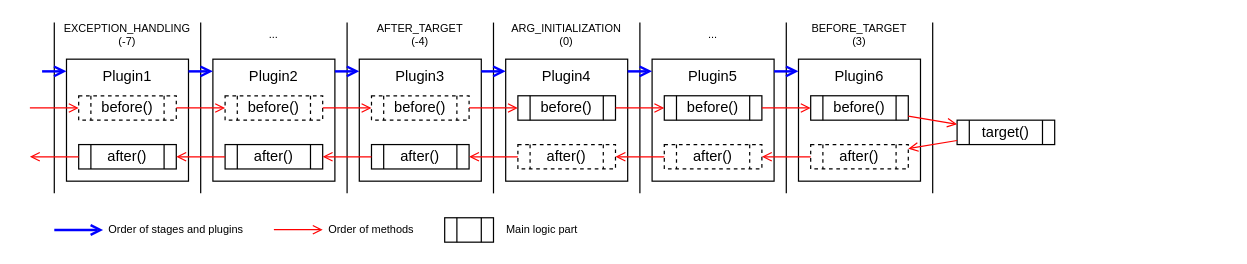
This is page "order-of-plugins" (1 of 2) of docs/source/coframework.drawio from feng1st/coframework, a draw.io file, before an edit. Source tidied: cells renumbered, new cells numbered last; positions are measured from the earlier drawing's top-left corner, leaving out a move shared by most shapes. Both pictures are drawn from the tidied source at 122%, with x=0, y=0 at pixel (29, 22).
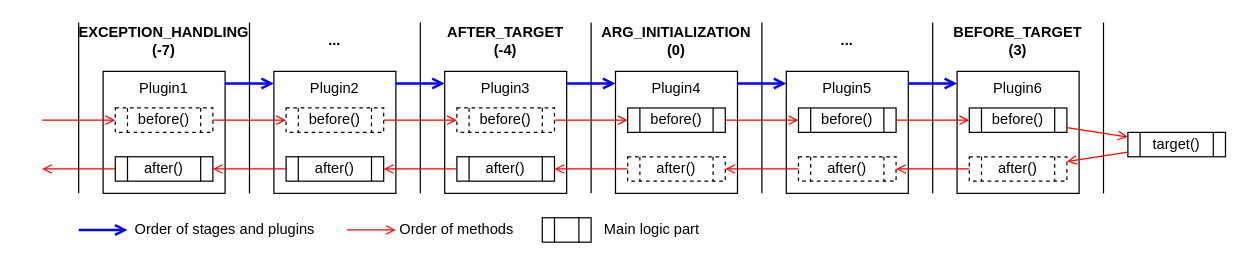
The same page after the edit.

Diff of the diagram source:
```diff
@@
     <mxCell id="2" value="Plugin1" style="rounded=0;whiteSpace=wrap;html=1;verticalAlign=top;" parent="1" vertex="1">
-      <mxGeometry x="30" y="30" width="100" height="100" as="geometry" />
+      <mxGeometry x="60" y="40" width="100" height="100" as="geometry" />
     </mxCell>
     <mxCell id="3" value="before()" style="shape=process;whiteSpace=wrap;html=1;backgroundOutline=1;size=0.125;dashed=1;" parent="1" vertex="1">
-      <mxGeometry x="40" y="60" width="80" height="20" as="geometry" />
+      <mxGeometry x="70" y="70" width="80" height="20" as="geometry" />
     </mxCell>
     <mxCell id="4" value="after()" style="shape=process;whiteSpace=wrap;html=1;backgroundOutline=1;size=0.125;" parent="1" vertex="1">
-      <mxGeometry x="40" y="100" width="80" height="20" as="geometry" />
+      <mxGeometry x="70" y="110" width="80" height="20" as="geometry" />
     </mxCell>
     <mxCell id="5" style="endArrow=none;html=1;rounded=0;" parent="1" edge="1">
       <mxGeometry relative="1" as="geometry">
-        <mxPoint x="20" y="140" as="sourcePoint" />
-        <mxPoint x="20" as="targetPoint" />
+        <mxPoint x="40" y="140" as="sourcePoint" />
+        <mxPoint x="40" as="targetPoint" />
       </mxGeometry>
     </mxCell>
-    <mxCell id="6" value="EXCEPTION_HANDLING&lt;br style=&quot;font-size: 9px;&quot;&gt;(-7)" style="text;html=1;strokeColor=none;fillColor=none;align=center;verticalAlign=middle;whiteSpace=wrap;rounded=0;fontSize=9;" parent="1" vertex="1">
-      <mxGeometry x="20" width="120" height="20" as="geometry" />
+    <mxCell id="6" value="EXCEPTION_HANDLING&lt;br style=&quot;font-size: 12px;&quot;&gt;(-7)" style="text;html=1;strokeColor=none;fillColor=none;align=center;verticalAlign=middle;whiteSpace=wrap;rounded=0;fontSize=12;fontStyle=1;" parent="1" vertex="1">
+      <mxGeometry x="40" width="140" height="30" as="geometry" />
     </mxCell>
     <mxCell id="7" value="Plugin2" style="rounded=0;whiteSpace=wrap;html=1;verticalAlign=top;" parent="1" vertex="1">
-      <mxGeometry x="150" y="30" width="100" height="100" as="geometry" />
+      <mxGeometry x="200" y="40" width="100" height="100" as="geometry" />
     </mxCell>
     <mxCell id="8" value="before()" style="shape=process;whiteSpace=wrap;html=1;backgroundOutline=1;size=0.125;dashed=1;" parent="1" vertex="1">
-      <mxGeometry x="160" y="60" width="80" height="20" as="geometry" />
+      <mxGeometry x="210" y="70" width="80" height="20" as="geometry" />
     </mxCell>
     <mxCell id="9" value="after()" style="shape=process;whiteSpace=wrap;html=1;backgroundOutline=1;size=0.125;" parent="1" vertex="1">
-      <mxGeometry x="160" y="100" width="80" height="20" as="geometry" />
+      <mxGeometry x="210" y="110" width="80" height="20" as="geometry" />
     </mxCell>
     <mxCell id="10" style="endArrow=none;html=1;rounded=0;" parent="1" edge="1">
       <mxGeometry relative="1" as="geometry">
-        <mxPoint x="140" y="140" as="sourcePoint" />
-        <mxPoint x="140" as="targetPoint" />
+        <mxPoint x="180" y="140" as="sourcePoint" />
+        <mxPoint x="180" as="targetPoint" />
       </mxGeometry>
     </mxCell>
-    <mxCell id="11" value="..." style="text;html=1;strokeColor=none;fillColor=none;align=center;verticalAlign=middle;whiteSpace=wrap;rounded=0;fontSize=9;" parent="1" vertex="1">
-      <mxGeometry x="140" width="120" height="20" as="geometry" />
+    <mxCell id="11" value="..." style="text;html=1;strokeColor=none;fillColor=none;align=center;verticalAlign=middle;whiteSpace=wrap;rounded=0;fontSize=12;fontStyle=1;" parent="1" vertex="1">
+      <mxGeometry x="180" width="140" height="30" as="geometry" />
     </mxCell>
     <mxCell id="12" value="Plugin3" style="rounded=0;whiteSpace=wrap;html=1;verticalAlign=top;" parent="1" vertex="1">
-      <mxGeometry x="270" y="30" width="100" height="100" as="geometry" />
+      <mxGeometry x="340" y="40" width="100" height="100" as="geometry" />
     </mxCell>
     <mxCell id="13" value="before()" style="shape=process;whiteSpace=wrap;html=1;backgroundOutline=1;size=0.125;dashed=1;" parent="1" vertex="1">
-      <mxGeometry x="280" y="60" width="80" height="20" as="geometry" />
+      <mxGeometry x="350" y="70" width="80" height="20" as="geometry" />
     </mxCell>
     <mxCell id="14" value="after()" style="shape=process;whiteSpace=wrap;html=1;backgroundOutline=1;size=0.125;" parent="1" vertex="1">
-      <mxGeometry x="280" y="100" width="80" height="20" as="geometry" />
+      <mxGeometry x="350" y="110" width="80" height="20" as="geometry" />
     </mxCell>
     <mxCell id="15" style="endArrow=none;html=1;rounded=0;" parent="1" edge="1">
       <mxGeometry relative="1" as="geometry">
-        <mxPoint x="260" y="140" as="sourcePoint" />
-        <mxPoint x="260" as="targetPoint" />
+        <mxPoint x="320" y="140" as="sourcePoint" />
+        <mxPoint x="320" as="targetPoint" />
       </mxGeometry>
     </mxCell>
-    <mxCell id="16" value="AFTER_TARGET&lt;br&gt;(-4)" style="text;html=1;strokeColor=none;fillColor=none;align=center;verticalAlign=middle;whiteSpace=wrap;rounded=0;fontSize=9;" parent="1" vertex="1">
-      <mxGeometry x="260" width="120" height="20" as="geometry" />
+    <mxCell id="16" value="AFTER_TARGET&lt;br style=&quot;font-size: 12px;&quot;&gt;(-4)" style="text;html=1;strokeColor=none;fillColor=none;align=center;verticalAlign=middle;whiteSpace=wrap;rounded=0;fontSize=12;fontStyle=1;" parent="1" vertex="1">
+      <mxGeometry x="320" width="140" height="30" as="geometry" />
     </mxCell>
     <mxCell id="17" value="Plugin4" style="rounded=0;whiteSpace=wrap;html=1;verticalAlign=top;" parent="1" vertex="1">
-      <mxGeometry x="390" y="30" width="100" height="100" as="geometry" />
+      <mxGeometry x="480" y="40" width="100" height="100" as="geometry" />
     </mxCell>
     <mxCell id="18" value="before()" style="shape=process;whiteSpace=wrap;html=1;backgroundOutline=1;size=0.125;" parent="1" vertex="1">
-      <mxGeometry x="400" y="60" width="80" height="20" as="geometry" />
+      <mxGeometry x="490" y="70" width="80" height="20" as="geometry" />
     </mxCell>
     <mxCell id="19" value="after()" style="shape=process;whiteSpace=wrap;html=1;backgroundOutline=1;size=0.125;dashed=1;" parent="1" vertex="1">
-      <mxGeometry x="400" y="100" width="80" height="20" as="geometry" />
+      <mxGeometry x="490" y="110" width="80" height="20" as="geometry" />
     </mxCell>
     <mxCell id="20" style="endArrow=none;html=1;rounded=0;" parent="1" edge="1">
       <mxGeometry relative="1" as="geometry">
-        <mxPoint x="380" y="140" as="sourcePoint" />
-        <mxPoint x="380" as="targetPoint" />
+        <mxPoint x="460" y="140" as="sourcePoint" />
+        <mxPoint x="460" as="targetPoint" />
       </mxGeometry>
     </mxCell>
-    <mxCell id="21" value="ARG_INITIALIZATION&lt;br&gt;(0)" style="text;html=1;strokeColor=none;fillColor=none;align=center;verticalAlign=middle;whiteSpace=wrap;rounded=0;fontSize=9;" parent="1" vertex="1">
-      <mxGeometry x="380" width="120" height="20" as="geometry" />
+    <mxCell id="21" value="ARG_INITIALIZATION&lt;br style=&quot;font-size: 12px;&quot;&gt;(0)" style="text;html=1;strokeColor=none;fillColor=none;align=center;verticalAlign=middle;whiteSpace=wrap;rounded=0;fontSize=12;fontStyle=1;" parent="1" vertex="1">
+      <mxGeometry x="460" width="140" height="30" as="geometry" />
     </mxCell>
     <mxCell id="22" value="Plugin5" style="rounded=0;whiteSpace=wrap;html=1;verticalAlign=top;" parent="1" vertex="1">
-      <mxGeometry x="510" y="30" width="100" height="100" as="geometry" />
+      <mxGeometry x="620" y="40" width="100" height="100" as="geometry" />
     </mxCell>
     <mxCell id="23" value="before()" style="shape=process;whiteSpace=wrap;html=1;backgroundOutline=1;size=0.125;" parent="1" vertex="1">
-      <mxGeometry x="520" y="60" width="80" height="20" as="geometry" />
+      <mxGeometry x="630" y="70" width="80" height="20" as="geometry" />
     </mxCell>
     <mxCell id="24" value="after()" style="shape=process;whiteSpace=wrap;html=1;backgroundOutline=1;size=0.125;dashed=1;" parent="1" vertex="1">
-      <mxGeometry x="520" y="100" width="80" height="20" as="geometry" />
+      <mxGeometry x="630" y="110" width="80" height="20" as="geometry" />
     </mxCell>
     <mxCell id="25" style="endArrow=none;html=1;rounded=0;" parent="1" edge="1">
       <mxGeometry relative="1" as="geometry">
-        <mxPoint x="500" y="140" as="sourcePoint" />
-        <mxPoint x="500" as="targetPoint" />
+        <mxPoint x="600" y="140" as="sourcePoint" />
+        <mxPoint x="600" as="targetPoint" />
       </mxGeometry>
     </mxCell>
-    <mxCell id="26" value="..." style="text;html=1;strokeColor=none;fillColor=none;align=center;verticalAlign=middle;whiteSpace=wrap;rounded=0;fontSize=9;" parent="1" vertex="1">
-      <mxGeometry x="500" width="120" height="20" as="geometry" />
+    <mxCell id="26" value="..." style="text;html=1;strokeColor=none;fillColor=none;align=center;verticalAlign=middle;whiteSpace=wrap;rounded=0;fontSize=12;fontStyle=1;" parent="1" vertex="1">
+      <mxGeometry x="600" width="140" height="30" as="geometry" />
     </mxCell>
     <mxCell id="27" value="Plugin6" style="rounded=0;whiteSpace=wrap;html=1;verticalAlign=top;" parent="1" vertex="1">
-      <mxGeometry x="630" y="30" width="100" height="100" as="geometry" />
+      <mxGeometry x="760" y="40" width="100" height="100" as="geometry" />
     </mxCell>
     <mxCell id="28" value="before()" style="shape=process;whiteSpace=wrap;html=1;backgroundOutline=1;size=0.125;" parent="1" vertex="1">
-      <mxGeometry x="640" y="60" width="80" height="20" as="geometry" />
+      <mxGeometry x="770" y="70" width="80" height="20" as="geometry" />
     </mxCell>
     <mxCell id="29" value="after()" style="shape=process;whiteSpace=wrap;html=1;backgroundOutline=1;size=0.125;dashed=1;" parent="1" vertex="1">
-      <mxGeometry x="640" y="100" width="80" height="20" as="geometry" />
+      <mxGeometry x="770" y="110" width="80" height="20" as="geometry" />
     </mxCell>
     <mxCell id="30" style="endArrow=none;html=1;rounded=0;" parent="1" edge="1">
       <mxGeometry relative="1" as="geometry">
-        <mxPoint x="620" y="140" as="sourcePoint" />
-        <mxPoint x="620" as="targetPoint" />
+        <mxPoint x="740" y="140" as="sourcePoint" />
+        <mxPoint x="740" as="targetPoint" />
       </mxGeometry>
     </mxCell>
-    <mxCell id="31" value="BEFORE_TARGET&lt;br&gt;(3)" style="text;html=1;strokeColor=none;fillColor=none;align=center;verticalAlign=middle;whiteSpace=wrap;rounded=0;fontSize=9;" parent="1" vertex="1">
-      <mxGeometry x="620" width="120" height="20" as="geometry" />
+    <mxCell id="31" value="BEFORE_TARGET&lt;br style=&quot;font-size: 12px;&quot;&gt;(3)" style="text;html=1;strokeColor=none;fillColor=none;align=center;verticalAlign=middle;whiteSpace=wrap;rounded=0;fontSize=12;fontStyle=1;" parent="1" vertex="1">
+      <mxGeometry x="740" width="140" height="30" as="geometry" />
     </mxCell>
     <mxCell id="32" value="target()" style="shape=process;whiteSpace=wrap;html=1;backgroundOutline=1;size=0.125;" parent="1" vertex="1">
-      <mxGeometry x="760" y="80" width="80" height="20" as="geometry" />
+      <mxGeometry x="900" y="90" width="80" height="20" as="geometry" />
     </mxCell>
     <mxCell id="33" style="endArrow=none;html=1;rounded=0;" parent="1" edge="1">
       <mxGeometry relative="1" as="geometry">
-        <mxPoint x="740" y="140" as="sourcePoint" />
-        <mxPoint x="740" as="targetPoint" />
+        <mxPoint x="880" y="140" as="sourcePoint" />
+        <mxPoint x="880" as="targetPoint" />
       </mxGeometry>
     </mxCell>
@@
     <mxCell id="46" style="edgeStyle=none;jettySize=auto;html=1;rounded=0;endArrow=open;endFill=0;strokeColor=#FF0000;" parent="1" edge="1" target="3">
       <mxGeometry relative="1" as="geometry">
-        <mxPoint y="70" as="sourcePoint" />
+        <mxPoint x="10" y="80" as="sourcePoint" />
       </mxGeometry>
     </mxCell>
     <mxCell id="47" style="edgeStyle=none;jettySize=auto;html=1;rounded=0;endArrow=open;endFill=0;strokeColor=#FF0000;" parent="1" edge="1" source="4">
       <mxGeometry relative="1" as="geometry">
-        <mxPoint y="110" as="targetPoint" />
+        <mxPoint x="10" y="120" as="targetPoint" />
       </mxGeometry>
     </mxCell>
-    <mxCell id="48" style="edgeStyle=none;orthogonalLoop=1;jettySize=auto;html=1;rounded=0;endArrow=open;endFill=0;strokeColor=#0000FF;strokeWidth=2;" parent="1" edge="1">
-      <mxGeometry relative="1" as="geometry">
-        <mxPoint x="10" y="40" as="sourcePoint" />
-        <mxPoint x="30" y="40" as="targetPoint" />
-      </mxGeometry>
-    </mxCell>
-    <mxCell id="49" style="edgeStyle=none;orthogonalLoop=1;jettySize=auto;html=1;rounded=0;endArrow=open;endFill=0;strokeColor=#0000FF;strokeWidth=2;" parent="1" edge="1">
-      <mxGeometry relative="1" as="geometry">
-        <mxPoint x="130" y="40" as="sourcePoint" />
-        <mxPoint x="150" y="40" as="targetPoint" />
-      </mxGeometry>
-    </mxCell>
-    <mxCell id="50" style="edgeStyle=none;orthogonalLoop=1;jettySize=auto;html=1;rounded=0;endArrow=open;endFill=0;strokeColor=#0000FF;strokeWidth=2;" parent="1" edge="1">
-      <mxGeometry relative="1" as="geometry">
-        <mxPoint x="250" y="40" as="sourcePoint" />
-        <mxPoint x="270" y="40" as="targetPoint" />
-      </mxGeometry>
-    </mxCell>
-    <mxCell id="51" style="edgeStyle=none;orthogonalLoop=1;jettySize=auto;html=1;rounded=0;endArrow=open;endFill=0;strokeColor=#0000FF;strokeWidth=2;" parent="1" edge="1">
-      <mxGeometry relative="1" as="geometry">
-        <mxPoint x="370" y="40" as="sourcePoint" />
-        <mxPoint x="390" y="40" as="targetPoint" />
-      </mxGeometry>
-    </mxCell>
-    <mxCell id="52" style="edgeStyle=none;orthogonalLoop=1;jettySize=auto;html=1;rounded=0;endArrow=open;endFill=0;strokeColor=#0000FF;strokeWidth=2;" parent="1" edge="1">
-      <mxGeometry relative="1" as="geometry">
-        <mxPoint x="490" y="40" as="sourcePoint" />
-        <mxPoint x="510" y="40" as="targetPoint" />
-      </mxGeometry>
-    </mxCell>
     <mxCell id="53" style="edgeStyle=none;orthogonalLoop=1;jettySize=auto;html=1;rounded=0;endArrow=open;endFill=0;strokeColor=#0000FF;strokeWidth=2;" parent="1" edge="1">
       <mxGeometry relative="1" as="geometry">
-        <mxPoint x="610" y="40" as="sourcePoint" />
-        <mxPoint x="630" y="40" as="targetPoint" />
+        <mxPoint x="160" y="50" as="sourcePoint" />
+        <mxPoint x="200" y="50" as="targetPoint" />
       </mxGeometry>
     </mxCell>
     <mxCell id="54" style="edgeStyle=none;orthogonalLoop=1;jettySize=auto;html=1;rounded=0;endArrow=open;endFill=0;strokeColor=#0000FF;strokeWidth=2;" parent="1" edge="1">
       <mxGeometry relative="1" as="geometry">
-        <mxPoint x="20" y="170" as="sourcePoint" />
-        <mxPoint x="60" y="170" as="targetPoint" />
+        <mxPoint x="40" y="170" as="sourcePoint" />
+        <mxPoint x="80" y="170" as="targetPoint" />
       </mxGeometry>
     </mxCell>
     <mxCell id="55" style="edgeStyle=none;orthogonalLoop=1;jettySize=auto;html=1;rounded=0;endArrow=open;endFill=0;strokeColor=#FF0000;" parent="1" edge="1">
       <mxGeometry relative="1" as="geometry">
-        <mxPoint x="200" y="169.8" as="sourcePoint" />
-        <mxPoint x="240" y="169.8" as="targetPoint" />
+        <mxPoint x="260" y="170" as="sourcePoint" />
+        <mxPoint x="300" y="170" as="targetPoint" />
       </mxGeometry>
     </mxCell>
-    <mxCell id="56" value="Order of stages and plugins" style="text;html=1;strokeColor=none;fillColor=none;align=center;verticalAlign=middle;whiteSpace=wrap;rounded=0;fontSize=9;" parent="1" vertex="1">
-      <mxGeometry x="60" y="160" width="120" height="20" as="geometry" />
+    <mxCell id="56" value="Order of stages and plugins" style="text;html=1;strokeColor=none;fillColor=none;align=center;verticalAlign=middle;whiteSpace=wrap;rounded=0;fontSize=12;" parent="1" vertex="1">
+      <mxGeometry x="80" y="160" width="160" height="20" as="geometry" />
     </mxCell>
-    <mxCell id="57" value="Order of methods" style="text;html=1;strokeColor=none;fillColor=none;align=center;verticalAlign=middle;whiteSpace=wrap;rounded=0;fontSize=9;" parent="1" vertex="1">
-      <mxGeometry x="240" y="160" width="80" height="20" as="geometry" />
+    <mxCell id="57" value="Order of methods" style="text;html=1;strokeColor=none;fillColor=none;align=center;verticalAlign=middle;whiteSpace=wrap;rounded=0;fontSize=12;" parent="1" vertex="1">
+      <mxGeometry x="300" y="160" width="100" height="20" as="geometry" />
     </mxCell>
     <mxCell id="58" style="shape=process;whiteSpace=wrap;html=1;backgroundOutline=1;size=0.25;" parent="1" vertex="1">
-      <mxGeometry x="340" y="160" width="40" height="20" as="geometry" />
+      <mxGeometry x="420" y="160" width="40" height="20" as="geometry" />
     </mxCell>
-    <mxCell id="59" value="Main logic part" style="text;html=1;strokeColor=none;fillColor=none;align=center;verticalAlign=middle;whiteSpace=wrap;rounded=0;fontSize=9;" parent="1" vertex="1">
-      <mxGeometry x="380" y="160" width="80" height="20" as="geometry" />
+    <mxCell id="59" value="Main logic part" style="text;html=1;strokeColor=none;fillColor=none;align=center;verticalAlign=middle;whiteSpace=wrap;rounded=0;fontSize=12;" parent="1" vertex="1">
+      <mxGeometry x="460" y="160" width="100" height="20" as="geometry" />
     </mxCell>
+    <mxCell id="60" style="edgeStyle=none;orthogonalLoop=1;jettySize=auto;html=1;rounded=0;endArrow=open;endFill=0;strokeColor=#0000FF;strokeWidth=2;" parent="1" edge="1">
+      <mxGeometry relative="1" as="geometry">
+        <mxPoint x="720" y="50" as="sourcePoint" />
+        <mxPoint x="760" y="50" as="targetPoint" />
+      </mxGeometry>
+    </mxCell>
+    <mxCell id="61" style="edgeStyle=none;orthogonalLoop=1;jettySize=auto;html=1;rounded=0;endArrow=open;endFill=0;strokeColor=#0000FF;strokeWidth=2;" parent="1" edge="1">
+      <mxGeometry relative="1" as="geometry">
+        <mxPoint x="580" y="50" as="sourcePoint" />
+        <mxPoint x="620" y="50" as="targetPoint" />
+      </mxGeometry>
+    </mxCell>
+    <mxCell id="62" style="edgeStyle=none;orthogonalLoop=1;jettySize=auto;html=1;rounded=0;endArrow=open;endFill=0;strokeColor=#0000FF;strokeWidth=2;" parent="1" edge="1">
+      <mxGeometry relative="1" as="geometry">
+        <mxPoint x="440" y="50" as="sourcePoint" />
+        <mxPoint x="480" y="50" as="targetPoint" />
+      </mxGeometry>
+    </mxCell>
+    <mxCell id="63" style="edgeStyle=none;orthogonalLoop=1;jettySize=auto;html=1;rounded=0;endArrow=open;endFill=0;strokeColor=#0000FF;strokeWidth=2;" parent="1" edge="1">
+      <mxGeometry relative="1" as="geometry">
+        <mxPoint x="300" y="50" as="sourcePoint" />
+        <mxPoint x="340" y="50" as="targetPoint" />
+      </mxGeometry>
+    </mxCell>
```
